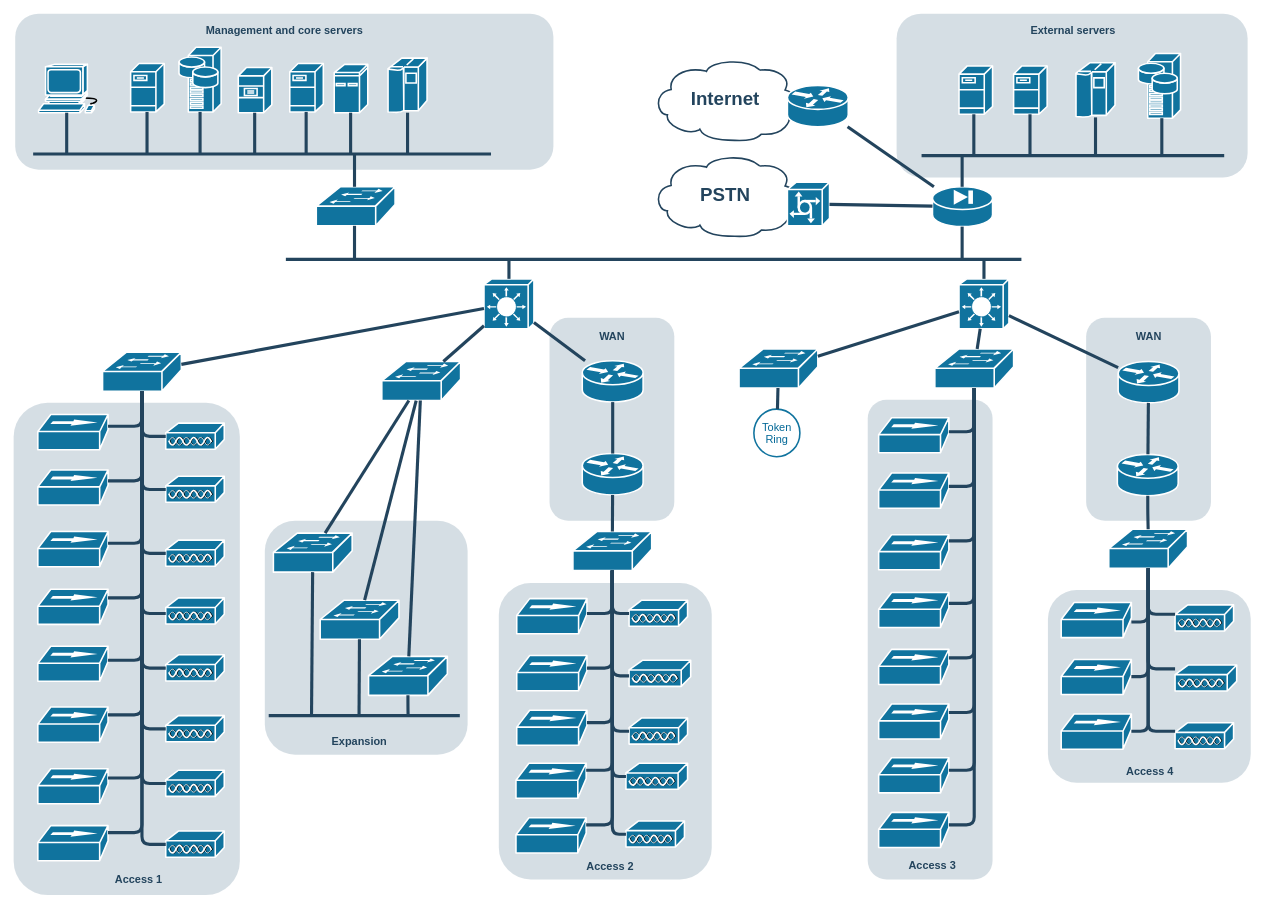
Above: Network dev lab 1.drawio in rvrlx/Diagrams (draw.io), before the change. Source tidied: cells renumbered, new cells numbered last; positions are measured from the earlier drawing's top-left corner, leaving out a move shared by most shapes. Both pictures are drawn from the tidied source at 78%, with x=0, y=0 at pixel (13, 13).
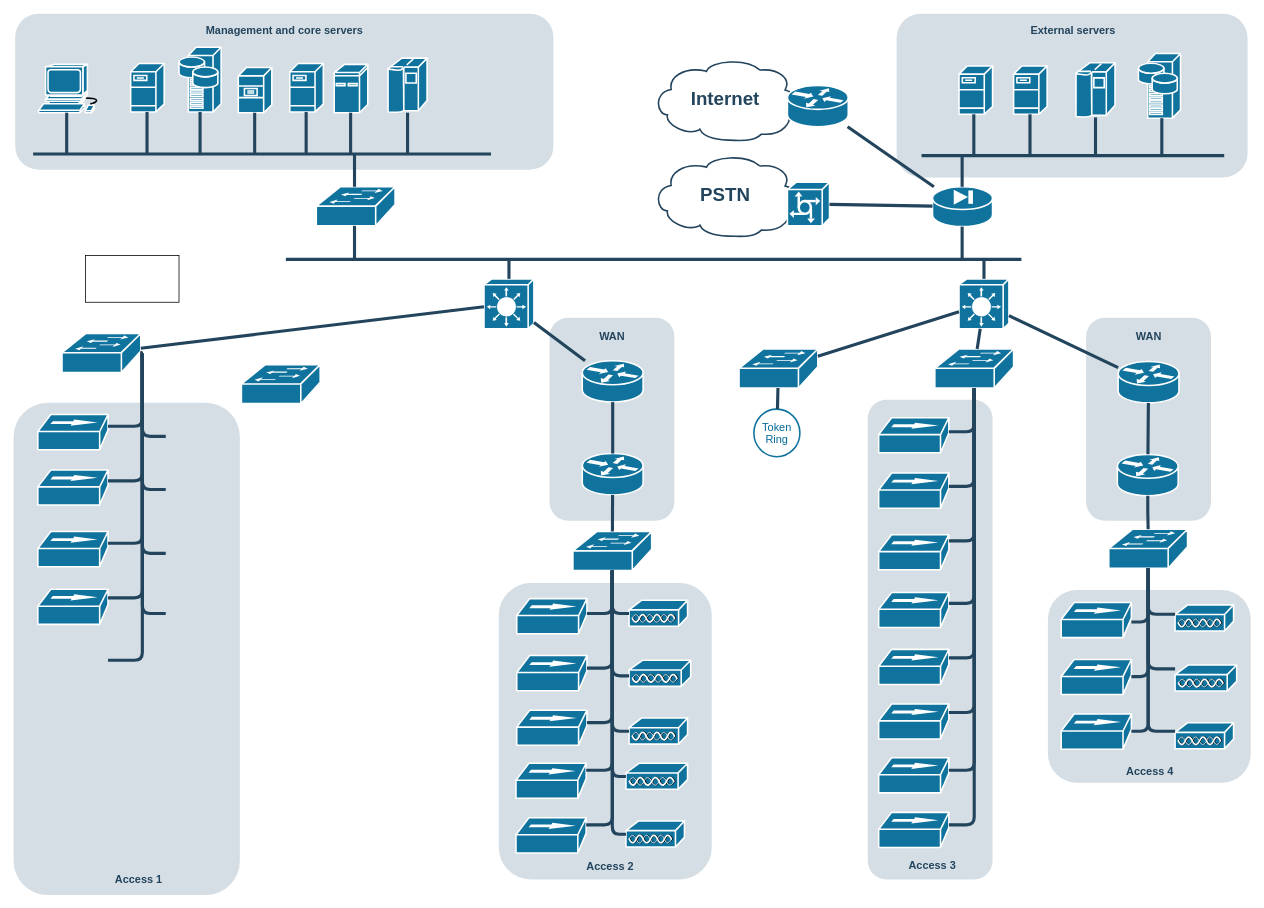
The same page after the edit.

Unchanged cells that the change refers to:
```xml
<mxCell id="28" style="shape=mxgraph.cisco.switches.layer_3_switch;html=1;dashed=0;fillColor=#10739E;strokeColor=#ffffff;strokeWidth=2;verticalLabelPosition=bottom;verticalAlign=top;fontFamily=Helvetica;fontSize=36;fontColor=#FFB366;" parent="1" vertex="1">
  <mxGeometry x="603" y="340" width="64" height="64" as="geometry" />
</mxCell>
```

Diff of the diagram source:
```diff
@@
-    <mxCell id="8" style="rounded=1;whiteSpace=wrap;html=1;strokeColor=none;fillColor=#BAC8D3;fontSize=24;fontColor=#23445D;align=center;opacity=60;" parent="1" vertex="1">
-      <mxGeometry x="322" y="650" width="260" height="300" as="geometry" />
-    </mxCell>
@@
     <mxCell id="30" style="shape=mxgraph.cisco.switches.workgroup_switch;html=1;dashed=0;fillColor=#10739E;strokeColor=#ffffff;strokeWidth=2;verticalLabelPosition=bottom;verticalAlign=top;fontFamily=Helvetica;fontSize=36;fontColor=#FFB366;" parent="1" vertex="1">
-      <mxGeometry x="114" y="434" width="101" height="50" as="geometry" />
+      <mxGeometry x="62" y="410" width="101" height="50" as="geometry" />
     </mxCell>
@@
-    <mxCell id="32" style="shape=mxgraph.cisco.switches.workgroup_switch;html=1;dashed=0;fillColor=#10739E;strokeColor=#ffffff;strokeWidth=2;verticalLabelPosition=bottom;verticalAlign=top;fontFamily=Helvetica;fontSize=36;fontColor=#FFB366;" parent="1" vertex="1">
-      <mxGeometry x="472" y="446" width="101" height="50" as="geometry" />
-    </mxCell>
@@
-    <mxCell id="34" style="shape=mxgraph.cisco.switches.workgroup_switch;html=1;dashed=0;fillColor=#10739E;strokeColor=#ffffff;strokeWidth=2;verticalLabelPosition=bottom;verticalAlign=top;fontFamily=Helvetica;fontSize=36;fontColor=#FFB366;" parent="1" vertex="1">
-      <mxGeometry x="333" y="666" width="101" height="50" as="geometry" />
-    </mxCell>
-    <mxCell id="35" style="shape=mxgraph.cisco.switches.workgroup_switch;html=1;dashed=0;fillColor=#10739E;strokeColor=#ffffff;strokeWidth=2;verticalLabelPosition=bottom;verticalAlign=top;fontFamily=Helvetica;fontSize=36;fontColor=#FFB366;" parent="1" vertex="1">
-      <mxGeometry x="455" y="824" width="101" height="50" as="geometry" />
-    </mxCell>
-    <mxCell id="36" style="shape=mxgraph.cisco.misc.access_point;html=1;dashed=0;fillColor=#10739E;strokeColor=#ffffff;strokeWidth=2;verticalLabelPosition=bottom;verticalAlign=top;fontFamily=Helvetica;fontSize=36;fontColor=#FFB366;" parent="1" vertex="1">
-      <mxGeometry x="195" y="525" width="75" height="34" as="geometry" />
-    </mxCell>
-    <mxCell id="37" style="shape=mxgraph.cisco.misc.access_point;html=1;dashed=0;fillColor=#10739E;strokeColor=#ffffff;strokeWidth=2;verticalLabelPosition=bottom;verticalAlign=top;fontFamily=Helvetica;fontSize=36;fontColor=#FFB366;" parent="1" vertex="1">
-      <mxGeometry x="195" y="593" width="75" height="34" as="geometry" />
-    </mxCell>
-    <mxCell id="38" style="shape=mxgraph.cisco.misc.access_point;html=1;dashed=0;fillColor=#10739E;strokeColor=#ffffff;strokeWidth=2;verticalLabelPosition=bottom;verticalAlign=top;fontFamily=Helvetica;fontSize=36;fontColor=#FFB366;" parent="1" vertex="1">
-      <mxGeometry x="195" y="822" width="75" height="34" as="geometry" />
-    </mxCell>
-    <mxCell id="39" style="shape=mxgraph.cisco.misc.access_point;html=1;dashed=0;fillColor=#10739E;strokeColor=#ffffff;strokeWidth=2;verticalLabelPosition=bottom;verticalAlign=top;fontFamily=Helvetica;fontSize=36;fontColor=#FFB366;" parent="1" vertex="1">
-      <mxGeometry x="195" y="675" width="75" height="34" as="geometry" />
-    </mxCell>
-    <mxCell id="40" style="shape=mxgraph.cisco.misc.access_point;html=1;dashed=0;fillColor=#10739E;strokeColor=#ffffff;strokeWidth=2;verticalLabelPosition=bottom;verticalAlign=top;fontFamily=Helvetica;fontSize=36;fontColor=#FFB366;" parent="1" vertex="1">
-      <mxGeometry x="195" y="900" width="75" height="34" as="geometry" />
-    </mxCell>
-    <mxCell id="41" style="shape=mxgraph.cisco.misc.access_point;html=1;dashed=0;fillColor=#10739E;strokeColor=#ffffff;strokeWidth=2;verticalLabelPosition=bottom;verticalAlign=top;fontFamily=Helvetica;fontSize=36;fontColor=#FFB366;" parent="1" vertex="1">
-      <mxGeometry x="195" y="749" width="75" height="34" as="geometry" />
-    </mxCell>
@@
-    <mxCell id="43" style="shape=mxgraph.cisco.hubs_and_gateways.100baset_hub;html=1;dashed=0;fillColor=#10739E;strokeColor=#ffffff;strokeWidth=2;verticalLabelPosition=bottom;verticalAlign=top;fontFamily=Helvetica;fontSize=36;fontColor=#FFB366;" parent="1" vertex="1">
-      <mxGeometry x="31" y="811" width="90" height="45" as="geometry" />
-    </mxCell>
@@
-    <mxCell id="55" style="shape=mxgraph.cisco.hubs_and_gateways.100baset_hub;html=1;dashed=0;fillColor=#10739E;strokeColor=#ffffff;strokeWidth=2;verticalLabelPosition=bottom;verticalAlign=top;fontFamily=Helvetica;fontSize=36;fontColor=#FFB366;" parent="1" vertex="1">
-      <mxGeometry x="31" y="889" width="90" height="45" as="geometry" />
-    </mxCell>
@@
-    <mxCell id="89" style="edgeStyle=none;rounded=1;html=1;strokeColor=#23445D;endArrow=none;endFill=0;strokeWidth=4;" parent="1" edge="1" source="28" target="32">
-      <mxGeometry relative="1" as="geometry" />
-    </mxCell>
@@
-    <mxCell id="100" style="edgeStyle=orthogonalEdgeStyle;rounded=1;html=1;strokeColor=#23445D;endArrow=none;endFill=0;strokeWidth=4;" parent="1" edge="1" source="30" target="36">
+    <mxCell id="100" style="edgeStyle=orthogonalEdgeStyle;rounded=1;html=1;strokeColor=#23445D;endArrow=none;endFill=0;strokeWidth=4;" parent="1" edge="1" source="30">
       <mxGeometry relative="1" as="geometry">
+        <mxPoint x="195" y="542" as="targetPoint" />
         <Array as="points">
           <mxPoint x="165" y="542" />
         </Array>
       </mxGeometry>
     </mxCell>
-    <mxCell id="101" style="edgeStyle=orthogonalEdgeStyle;rounded=1;html=1;strokeColor=#23445D;endArrow=none;endFill=0;strokeWidth=4;" parent="1" edge="1" source="30" target="37">
+    <mxCell id="101" style="edgeStyle=orthogonalEdgeStyle;rounded=1;html=1;strokeColor=#23445D;endArrow=none;endFill=0;strokeWidth=4;" parent="1" edge="1" source="30">
       <mxGeometry relative="1" as="geometry">
+        <mxPoint x="195" y="610" as="targetPoint" />
         <Array as="points">
           <mxPoint x="165" y="610" />
         </Array>
       </mxGeometry>
     </mxCell>
-    <mxCell id="102" style="edgeStyle=orthogonalEdgeStyle;rounded=1;html=1;strokeColor=#23445D;endArrow=none;endFill=0;strokeWidth=4;" parent="1" edge="1" source="30" target="39">
+    <mxCell id="102" style="edgeStyle=orthogonalEdgeStyle;rounded=1;html=1;strokeColor=#23445D;endArrow=none;endFill=0;strokeWidth=4;" parent="1" edge="1" source="30">
       <mxGeometry relative="1" as="geometry">
+        <mxPoint x="195" y="692" as="targetPoint" />
         <Array as="points">
           <mxPoint x="165" y="692" />
         </Array>
       </mxGeometry>
     </mxCell>
-    <mxCell id="103" style="edgeStyle=orthogonalEdgeStyle;rounded=1;html=1;strokeColor=#23445D;endArrow=none;endFill=0;strokeWidth=4;" parent="1" edge="1" source="30" target="41">
+    <mxCell id="103" style="edgeStyle=orthogonalEdgeStyle;rounded=1;html=1;strokeColor=#23445D;endArrow=none;endFill=0;strokeWidth=4;" parent="1" edge="1" source="30">
       <mxGeometry relative="1" as="geometry">
+        <mxPoint x="195" y="769" as="targetPoint" />
         <Array as="points">
           <mxPoint x="165" y="769" />
         </Array>
       </mxGeometry>
     </mxCell>
@@
-    <mxCell id="105" style="rounded=1;html=1;strokeColor=#23445D;endArrow=none;endFill=0;strokeWidth=4;" parent="1" edge="1" source="32" target="35">
-      <mxGeometry relative="1" as="geometry" />
-    </mxCell>
-    <mxCell id="106" style="rounded=1;html=1;strokeColor=#23445D;endArrow=none;endFill=0;strokeWidth=4;" parent="1" edge="1" source="32" target="34">
-      <mxGeometry relative="1" as="geometry" />
-    </mxCell>
-    <mxCell id="107" style="line;html=1;strokeColor=#23445D;" parent="1" vertex="1">
-      <mxGeometry x="327" y="895" width="245" height="10" as="geometry" />
-    </mxCell>
-    <mxCell id="108" style="rounded=1;html=1;entryX=0.224;entryY=0.5;entryPerimeter=0;strokeColor=#23445D;endArrow=none;endFill=0;strokeWidth=4;" parent="1" edge="1" source="34" target="107">
-      <mxGeometry relative="1" as="geometry" />
-    </mxCell>
-    <mxCell id="109" style="edgeStyle=orthogonalEdgeStyle;rounded=1;html=1;entryX=0.714;entryY=0.5;entryPerimeter=0;strokeColor=#23445D;endArrow=none;endFill=0;strokeWidth=4;" parent="1" edge="1" source="35">
-      <mxGeometry relative="1" as="geometry">
-        <mxPoint x="505.7" y="900.3" as="targetPoint" />
-        <Array as="points">
-          <mxPoint x="506" y="887" />
-          <mxPoint x="505" y="887" />
-        </Array>
-      </mxGeometry>
-    </mxCell>
@@
-    <mxCell id="125" style="edgeStyle=orthogonalEdgeStyle;rounded=1;html=1;strokeColor=#23445D;endArrow=none;endFill=0;strokeWidth=4;" parent="1" edge="1" source="30" target="43">
+    <mxCell id="125" style="edgeStyle=orthogonalEdgeStyle;rounded=1;html=1;strokeColor=#23445D;endArrow=none;endFill=0;strokeWidth=4;" parent="1" edge="1" source="30">
       <mxGeometry relative="1" as="geometry">
+        <mxPoint x="121" y="829" as="targetPoint" />
         <Array as="points">
           <mxPoint x="165" y="829" />
         </Array>
       </mxGeometry>
     </mxCell>
-    <mxCell id="126" style="edgeStyle=orthogonalEdgeStyle;rounded=1;html=1;strokeColor=#23445D;endArrow=none;endFill=0;strokeWidth=4;" parent="1" edge="1" source="30" target="55">
-      <mxGeometry relative="1" as="geometry">
-        <Array as="points">
-          <mxPoint x="165" y="899" />
-        </Array>
-      </mxGeometry>
-    </mxCell>
-    <mxCell id="127" style="edgeStyle=orthogonalEdgeStyle;rounded=1;html=1;strokeColor=#23445D;endArrow=none;endFill=0;strokeWidth=4;" parent="1" edge="1" source="30" target="38">
-      <mxGeometry relative="1" as="geometry">
-        <Array as="points">
-          <mxPoint x="165" y="839" />
-        </Array>
-      </mxGeometry>
-    </mxCell>
-    <mxCell id="128" style="edgeStyle=orthogonalEdgeStyle;rounded=1;html=1;strokeColor=#23445D;endArrow=none;endFill=0;strokeWidth=4;" parent="1" edge="1" source="30" target="40">
-      <mxGeometry relative="1" as="geometry">
-        <Array as="points">
-          <mxPoint x="165" y="917" />
-        </Array>
-      </mxGeometry>
-    </mxCell>
@@
-    <mxCell id="148" value="&lt;font color=&quot;#23445d&quot;&gt;Expansion&lt;/font&gt;" style="rounded=1;whiteSpace=wrap;html=1;strokeColor=none;fillColor=none;fontSize=14;fontColor=#742B21;align=center;fontStyle=1;" parent="1" vertex="1">
-      <mxGeometry x="389" y="923" width="109" height="19" as="geometry" />
-    </mxCell>
@@
-    <mxCell id="150" style="shape=mxgraph.cisco.hubs_and_gateways.100baset_hub;html=1;dashed=0;fillColor=#10739E;strokeColor=#ffffff;strokeWidth=2;verticalLabelPosition=bottom;verticalAlign=top;fontFamily=Helvetica;fontSize=36;fontColor=#FFB366;" parent="1" vertex="1">
-      <mxGeometry x="31" y="1041" width="90" height="45" as="geometry" />
-    </mxCell>
-    <mxCell id="151" style="shape=mxgraph.cisco.hubs_and_gateways.100baset_hub;html=1;dashed=0;fillColor=#10739E;strokeColor=#ffffff;strokeWidth=2;verticalLabelPosition=bottom;verticalAlign=top;fontFamily=Helvetica;fontSize=36;fontColor=#FFB366;" parent="1" vertex="1">
-      <mxGeometry x="31" y="968" width="90" height="45" as="geometry" />
-    </mxCell>
-    <mxCell id="152" style="shape=mxgraph.cisco.misc.access_point;html=1;dashed=0;fillColor=#10739E;strokeColor=#ffffff;strokeWidth=2;verticalLabelPosition=bottom;verticalAlign=top;fontFamily=Helvetica;fontSize=36;fontColor=#FFB366;" parent="1" vertex="1">
-      <mxGeometry x="195" y="970" width="75" height="34" as="geometry" />
-    </mxCell>
-    <mxCell id="153" style="shape=mxgraph.cisco.misc.access_point;html=1;dashed=0;fillColor=#10739E;strokeColor=#ffffff;strokeWidth=2;verticalLabelPosition=bottom;verticalAlign=top;fontFamily=Helvetica;fontSize=36;fontColor=#FFB366;" parent="1" vertex="1">
-      <mxGeometry x="195" y="1048" width="75" height="34" as="geometry" />
-    </mxCell>
-    <mxCell id="154" style="edgeStyle=orthogonalEdgeStyle;rounded=1;html=1;endArrow=none;endFill=0;strokeColor=#23445D;strokeWidth=4;fontSize=14;fontColor=#990000;" parent="1" edge="1" source="30" target="153">
-      <mxGeometry relative="1" as="geometry">
-        <Array as="points">
-          <mxPoint x="165" y="1065" />
-        </Array>
-      </mxGeometry>
-    </mxCell>
-    <mxCell id="155" style="edgeStyle=orthogonalEdgeStyle;rounded=1;html=1;endArrow=none;endFill=0;strokeColor=#23445D;strokeWidth=4;fontSize=14;fontColor=#990000;" parent="1" edge="1" source="30" target="152">
-      <mxGeometry relative="1" as="geometry">
-        <Array as="points">
-          <mxPoint x="165" y="987" />
-        </Array>
-      </mxGeometry>
-    </mxCell>
-    <mxCell id="156" style="edgeStyle=orthogonalEdgeStyle;rounded=1;html=1;endArrow=none;endFill=0;strokeColor=#23445D;strokeWidth=4;fontSize=14;fontColor=#990000;" parent="1" edge="1" source="30" target="151">
-      <mxGeometry relative="1" as="geometry">
-        <Array as="points">
-          <mxPoint x="165" y="980" />
-        </Array>
-      </mxGeometry>
-    </mxCell>
-    <mxCell id="157" style="edgeStyle=orthogonalEdgeStyle;rounded=1;html=1;endArrow=none;endFill=0;strokeColor=#23445D;strokeWidth=4;fontSize=14;fontColor=#990000;" parent="1" edge="1" source="30" target="150">
-      <mxGeometry relative="1" as="geometry">
-        <Array as="points">
-          <mxPoint x="165" y="1050" />
-        </Array>
-      </mxGeometry>
-    </mxCell>
-    <mxCell id="158" style="shape=mxgraph.cisco.switches.workgroup_switch;html=1;dashed=0;fillColor=#10739E;strokeColor=#ffffff;strokeWidth=2;verticalLabelPosition=bottom;verticalAlign=top;fontFamily=Helvetica;fontSize=36;fontColor=#FFB366;" parent="1" vertex="1">
-      <mxGeometry x="393" y="752" width="101" height="50" as="geometry" />
-    </mxCell>
-    <mxCell id="159" style="rounded=1;html=1;entryX=0.224;entryY=0.5;entryPerimeter=0;strokeColor=#23445D;endArrow=none;endFill=0;strokeWidth=4;" parent="1" edge="1" source="158">
-      <mxGeometry relative="1" as="geometry">
-        <mxPoint x="442.8" y="900.1" as="targetPoint" />
-      </mxGeometry>
-    </mxCell>
-    <mxCell id="160" style="rounded=1;html=1;endArrow=none;endFill=0;strokeColor=#23445D;strokeWidth=4;fontSize=14;fontColor=#990000;" parent="1" edge="1" source="32" target="158">
-      <mxGeometry relative="1" as="geometry" />
-    </mxCell>
@@
+    <mxCell id="174" style="rounded=0;whiteSpace=wrap;html=1;" parent="1" vertex="1">
+      <mxGeometry x="92" y="310" width="120" height="60" as="geometry" />
+    </mxCell>
+    <mxCell id="175" style="shape=mxgraph.cisco.switches.workgroup_switch;html=1;dashed=0;fillColor=#10739E;strokeColor=#ffffff;strokeWidth=2;verticalLabelPosition=bottom;verticalAlign=top;fontFamily=Helvetica;fontSize=36;fontColor=#FFB366;" parent="1" vertex="1">
+      <mxGeometry x="292" y="450" width="101" height="50" as="geometry" />
+    </mxCell>
```
